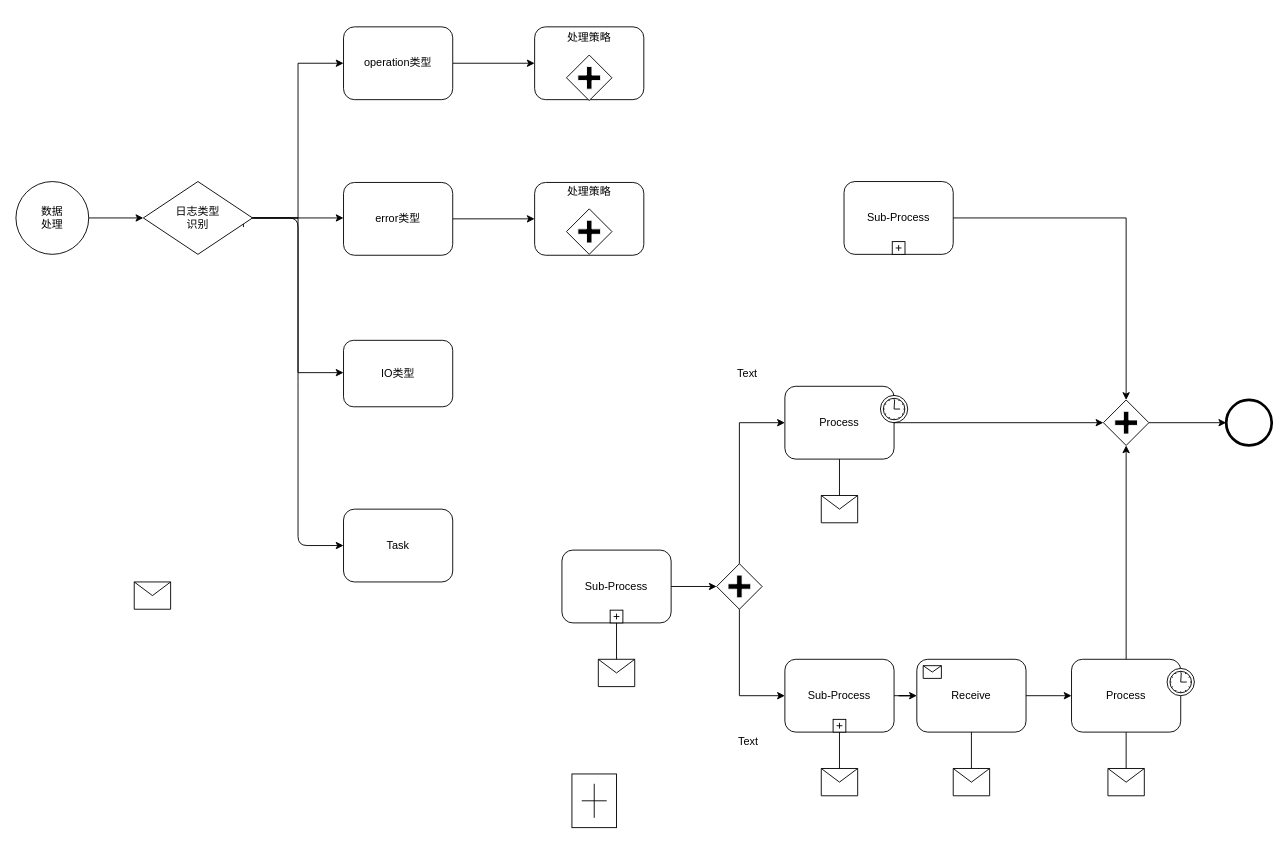
xu4877/robert keeps this draw.io diagram as 数据分析流程.drawio. Above is the earlier version. Source tidied: cells renumbered, new cells numbered last; positions are measured from the earlier drawing's top-left corner, leaving out a move shared by most shapes. Both pictures are drawn from the tidied source at 91%, with x=0, y=0 at pixel (15, 26).
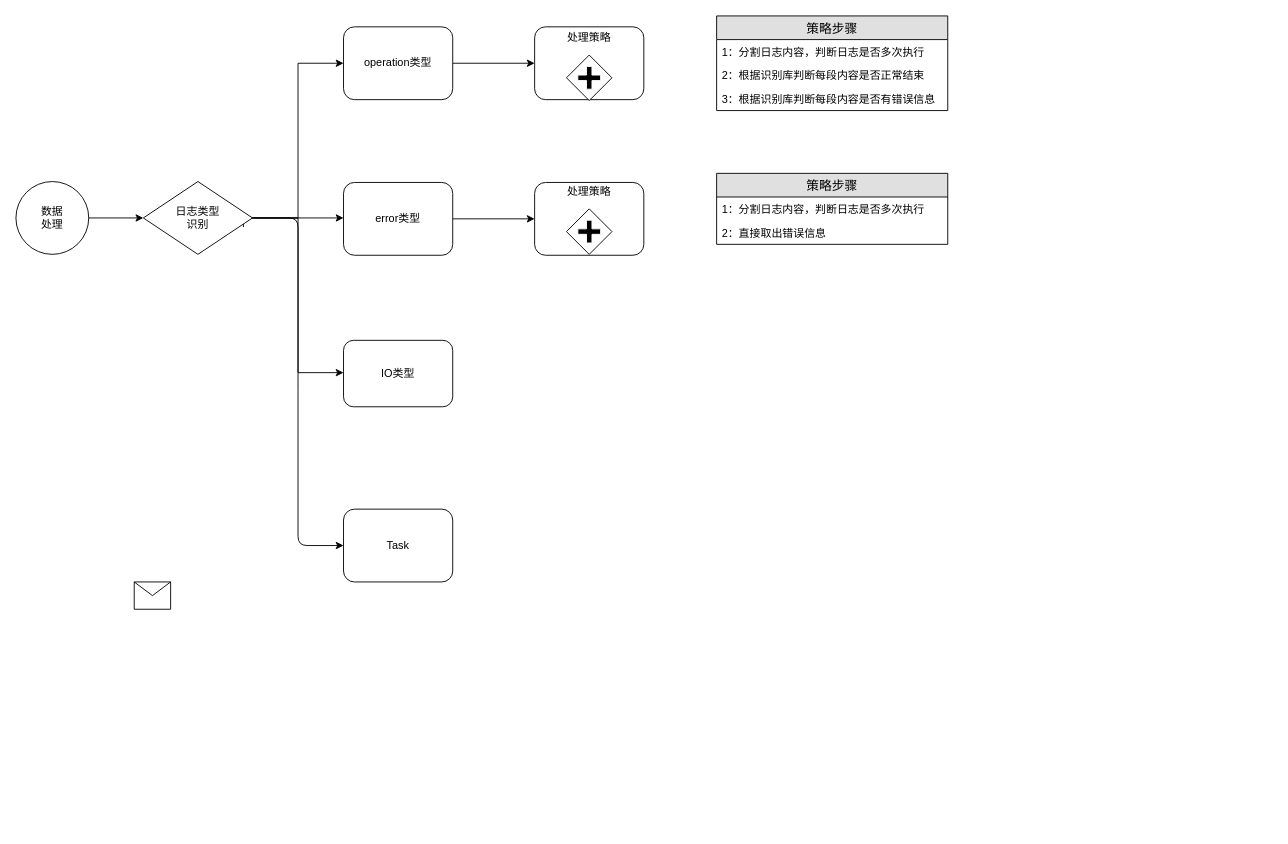
Above is the later version.

Commit message (it also covers changes not shown here):
Update 数据分析流程.drawio

The edit, as a diff of the source:
```diff
@@
-    <mxCell id="7" value="Sub-Process" style="html=1;whiteSpace=wrap;rounded=1;" parent="1" vertex="1">
-      <mxGeometry x="910" y="170" width="120" height="80" as="geometry" />
-    </mxCell>
-    <mxCell id="8" style="html=1;shape=plus;" parent="7" vertex="1">
-      <mxGeometry x="0.5" y="1" width="14" height="14" relative="1" as="geometry">
-        <mxPoint x="-7" y="-14" as="offset" />
-      </mxGeometry>
-    </mxCell>
-    <mxCell id="9" value="Process" style="html=1;whiteSpace=wrap;rounded=1;" parent="1" vertex="1">
-      <mxGeometry x="845" y="395" width="120" height="80" as="geometry" />
-    </mxCell>
-    <mxCell id="10" style="shape=mxgraph.bpmn.timer_start;perimeter=ellipsePerimeter;html=1;labelPosition=right;labelBackgroundColor=#ffffff;align=left;" parent="9" vertex="1">
-      <mxGeometry x="1" width="30" height="30" relative="1" as="geometry">
-        <mxPoint x="-15" y="10" as="offset" />
-      </mxGeometry>
-    </mxCell>
-    <mxCell id="11" value="Process" style="html=1;whiteSpace=wrap;rounded=1;" parent="1" vertex="1">
-      <mxGeometry x="1160" y="695" width="120" height="80" as="geometry" />
-    </mxCell>
-    <mxCell id="12" style="shape=mxgraph.bpmn.timer_start;perimeter=ellipsePerimeter;html=1;labelPosition=right;labelBackgroundColor=#ffffff;align=left;" parent="11" vertex="1">
-      <mxGeometry x="1" width="30" height="30" relative="1" as="geometry">
-        <mxPoint x="-15" y="10" as="offset" />
-      </mxGeometry>
-    </mxCell>
-    <mxCell id="13" value="Receive" style="html=1;whiteSpace=wrap;rounded=1;" parent="1" vertex="1">
-      <mxGeometry x="990" y="695" width="120" height="80" as="geometry" />
-    </mxCell>
-    <mxCell id="14" style="html=1;shape=message;" parent="13" vertex="1">
-      <mxGeometry width="20" height="14" relative="1" as="geometry">
-        <mxPoint x="7" y="7" as="offset" />
-      </mxGeometry>
-    </mxCell>
-    <mxCell id="15" value="Sub-Process" style="html=1;whiteSpace=wrap;rounded=1;" parent="1" vertex="1">
-      <mxGeometry x="845" y="695" width="120" height="80" as="geometry" />
-    </mxCell>
-    <mxCell id="16" style="html=1;shape=plus;" parent="15" vertex="1">
-      <mxGeometry x="0.5" y="1" width="14" height="14" relative="1" as="geometry">
-        <mxPoint x="-7" y="-14" as="offset" />
-      </mxGeometry>
-    </mxCell>
-    <mxCell id="17" style="shape=mxgraph.bpmn.shape;html=1;verticalLabelPosition=bottom;labelBackgroundColor=#ffffff;verticalAlign=top;perimeter=rhombusPerimeter;background=gateway;outline=none;symbol=parallelGw;" parent="1" vertex="1">
-      <mxGeometry x="1195" y="410" width="50" height="50" as="geometry" />
-    </mxCell>
-    <mxCell id="18" style="shape=mxgraph.bpmn.shape;html=1;verticalLabelPosition=bottom;labelBackgroundColor=#ffffff;verticalAlign=top;perimeter=ellipsePerimeter;outline=end;symbol=general;" parent="1" vertex="1">
-      <mxGeometry x="1330" y="410" width="50" height="50" as="geometry" />
-    </mxCell>
@@
-    <mxCell id="20" value="Sub-Process" style="html=1;whiteSpace=wrap;rounded=1;" parent="1" vertex="1">
-      <mxGeometry x="600" y="575" width="120" height="80" as="geometry" />
-    </mxCell>
-    <mxCell id="21" style="html=1;shape=plus;" parent="20" vertex="1">
-      <mxGeometry x="0.5" y="1" width="14" height="14" relative="1" as="geometry">
-        <mxPoint x="-7" y="-14" as="offset" />
-      </mxGeometry>
-    </mxCell>
-    <mxCell id="22" style="shape=message;whiteSpace=wrap;html=1;" parent="1" vertex="1">
-      <mxGeometry x="640" y="695" width="40" height="30" as="geometry" />
-    </mxCell>
-    <mxCell id="23" style="shape=message;whiteSpace=wrap;html=1;" parent="1" vertex="1">
-      <mxGeometry x="1030" y="815" width="40" height="30" as="geometry" />
-    </mxCell>
-    <mxCell id="24" style="shape=message;whiteSpace=wrap;html=1;" parent="1" vertex="1">
-      <mxGeometry x="1200" y="815" width="40" height="30" as="geometry" />
-    </mxCell>
-    <mxCell id="25" style="shape=message;whiteSpace=wrap;html=1;" parent="1" vertex="1">
-      <mxGeometry x="885" y="815" width="40" height="30" as="geometry" />
-    </mxCell>
-    <mxCell id="26" style="shape=message;whiteSpace=wrap;html=1;" parent="1" vertex="1">
-      <mxGeometry x="885" y="515" width="40" height="30" as="geometry" />
-    </mxCell>
@@
-    <mxCell id="28" style="edgeStyle=orthogonalEdgeStyle;rounded=0;html=1;jettySize=auto;" parent="1" edge="1" source="7" target="17">
-      <mxGeometry relative="1" as="geometry">
-        <Array as="points">
-          <mxPoint x="1220" y="210" />
-        </Array>
-      </mxGeometry>
-    </mxCell>
-    <mxCell id="29" style="edgeStyle=orthogonalEdgeStyle;rounded=0;html=1;jettySize=auto;" parent="1" edge="1" source="9" target="17">
-      <mxGeometry relative="1" as="geometry" />
-    </mxCell>
-    <mxCell id="30" style="edgeStyle=orthogonalEdgeStyle;rounded=0;html=1;jettySize=auto;" parent="1" edge="1" source="11" target="17">
-      <mxGeometry relative="1" as="geometry" />
-    </mxCell>
-    <mxCell id="31" style="edgeStyle=orthogonalEdgeStyle;rounded=0;html=1;jettySize=auto;" parent="1" edge="1" source="17" target="18">
-      <mxGeometry relative="1" as="geometry" />
-    </mxCell>
-    <mxCell id="32" style="edgeStyle=orthogonalEdgeStyle;rounded=0;html=1;jettySize=auto;endArrow=none;endFill=0;" parent="1" edge="1" source="22" target="20">
-      <mxGeometry relative="1" as="geometry" />
-    </mxCell>
-    <mxCell id="33" style="shape=mxgraph.bpmn.shape;html=1;verticalLabelPosition=bottom;labelBackgroundColor=#ffffff;verticalAlign=top;perimeter=rhombusPerimeter;background=gateway;outline=none;symbol=parallelGw;" parent="1" vertex="1">
-      <mxGeometry x="770" y="590" width="50" height="50" as="geometry" />
-    </mxCell>
-    <mxCell id="34" style="edgeStyle=orthogonalEdgeStyle;rounded=0;html=1;jettySize=auto;" parent="1" edge="1" source="33" target="15">
-      <mxGeometry relative="1" as="geometry">
-        <Array as="points">
-          <mxPoint x="795" y="735" />
-        </Array>
-      </mxGeometry>
-    </mxCell>
-    <mxCell id="35" style="edgeStyle=orthogonalEdgeStyle;rounded=0;html=1;jettySize=auto;" parent="1" edge="1" source="33" target="9">
-      <mxGeometry relative="1" as="geometry">
-        <Array as="points">
-          <mxPoint x="795" y="435" />
-        </Array>
-      </mxGeometry>
-    </mxCell>
-    <mxCell id="36" style="edgeStyle=orthogonalEdgeStyle;rounded=0;html=1;jettySize=auto;endArrow=none;endFill=0;" parent="1" edge="1" source="26" target="9">
-      <mxGeometry relative="1" as="geometry" />
-    </mxCell>
-    <mxCell id="37" style="edgeStyle=orthogonalEdgeStyle;rounded=0;html=1;jettySize=auto;" parent="1" edge="1" source="20" target="33">
-      <mxGeometry relative="1" as="geometry" />
-    </mxCell>
-    <mxCell id="38" style="edgeStyle=orthogonalEdgeStyle;rounded=0;html=1;jettySize=auto;" parent="1" edge="1" source="15" target="13">
-      <mxGeometry relative="1" as="geometry" />
-    </mxCell>
-    <mxCell id="39" style="edgeStyle=orthogonalEdgeStyle;rounded=0;html=1;jettySize=auto;endArrow=none;endFill=0;" parent="1" edge="1" source="25" target="15">
-      <mxGeometry relative="1" as="geometry" />
-    </mxCell>
-    <mxCell id="40" style="edgeStyle=orthogonalEdgeStyle;rounded=0;html=1;jettySize=auto;endArrow=none;endFill=0;" parent="1" edge="1" source="23" target="13">
-      <mxGeometry relative="1" as="geometry" />
-    </mxCell>
-    <mxCell id="41" style="edgeStyle=orthogonalEdgeStyle;rounded=0;html=1;jettySize=auto;endArrow=none;endFill=0;" parent="1" edge="1" source="24" target="11">
-      <mxGeometry relative="1" as="geometry" />
-    </mxCell>
-    <mxCell id="42" style="edgeStyle=orthogonalEdgeStyle;rounded=0;html=1;jettySize=auto;" parent="1" edge="1" source="13" target="11">
-      <mxGeometry relative="1" as="geometry" />
-    </mxCell>
@@
-    <mxCell id="45" value="Text" style="text;html=1;align=left;verticalAlign=top;spacingTop=-4;" parent="1" vertex="1">
-      <mxGeometry x="791" y="371" width="40" height="20" as="geometry" />
-    </mxCell>
-    <mxCell id="46" value="Text" style="text;html=1;align=left;verticalAlign=top;spacingTop=-4;" parent="1" vertex="1">
-      <mxGeometry x="792" y="776" width="40" height="20" as="geometry" />
-    </mxCell>
@@
-    <mxCell id="48" style="html=1;shape=plus;" parent="1" vertex="1">
-      <mxGeometry x="611" y="821" width="49" height="59" as="geometry">
-        <mxPoint x="-314" y="26" as="offset" />
-      </mxGeometry>
-    </mxCell>
@@
+    <mxCell id="59" value="策略步骤" style="swimlane;fontStyle=0;horizontal=1;startSize=26;fillColor=#e0e0e0;swimlaneFillColor=#ffffff;align=center;fontSize=14;" parent="1" vertex="1">
+      <mxGeometry x="770" y="-12" width="254" height="104" as="geometry" />
+    </mxCell>
+    <mxCell id="60" value="1：分割日志内容，判断日志是否多次执行" style="text;strokeColor=none;fillColor=none;spacingLeft=4;spacingRight=4;overflow=hidden;fontSize=12;" parent="59" vertex="1">
+      <mxGeometry y="26" width="254" height="26" as="geometry" />
+    </mxCell>
+    <mxCell id="61" value="2：根据识别库判断每段内容是否正常结束" style="text;strokeColor=none;fillColor=none;spacingLeft=4;spacingRight=4;overflow=hidden;fontSize=12;" parent="59" vertex="1">
+      <mxGeometry y="52" width="254" height="26" as="geometry" />
+    </mxCell>
+    <mxCell id="62" value="3：根据识别库判断每段内容是否有错误信息" style="text;strokeColor=none;fillColor=none;spacingLeft=4;spacingRight=4;overflow=hidden;fontSize=12;" parent="59" vertex="1">
+      <mxGeometry y="78" width="254" height="26" as="geometry" />
+    </mxCell>
+    <mxCell id="63" value="策略步骤" style="swimlane;fontStyle=0;horizontal=1;startSize=26;fillColor=#e0e0e0;swimlaneFillColor=#ffffff;align=center;fontSize=14;" parent="1" vertex="1">
+      <mxGeometry x="770" y="161" width="254" height="78" as="geometry" />
+    </mxCell>
+    <mxCell id="64" value="1：分割日志内容，判断日志是否多次执行" style="text;strokeColor=none;fillColor=none;spacingLeft=4;spacingRight=4;overflow=hidden;fontSize=12;" parent="63" vertex="1">
+      <mxGeometry y="26" width="254" height="26" as="geometry" />
+    </mxCell>
+    <mxCell id="65" value="2：直接取出错误信息" style="text;strokeColor=none;fillColor=none;spacingLeft=4;spacingRight=4;overflow=hidden;fontSize=12;" parent="63" vertex="1">
+      <mxGeometry y="52" width="254" height="26" as="geometry" />
+    </mxCell>
```
